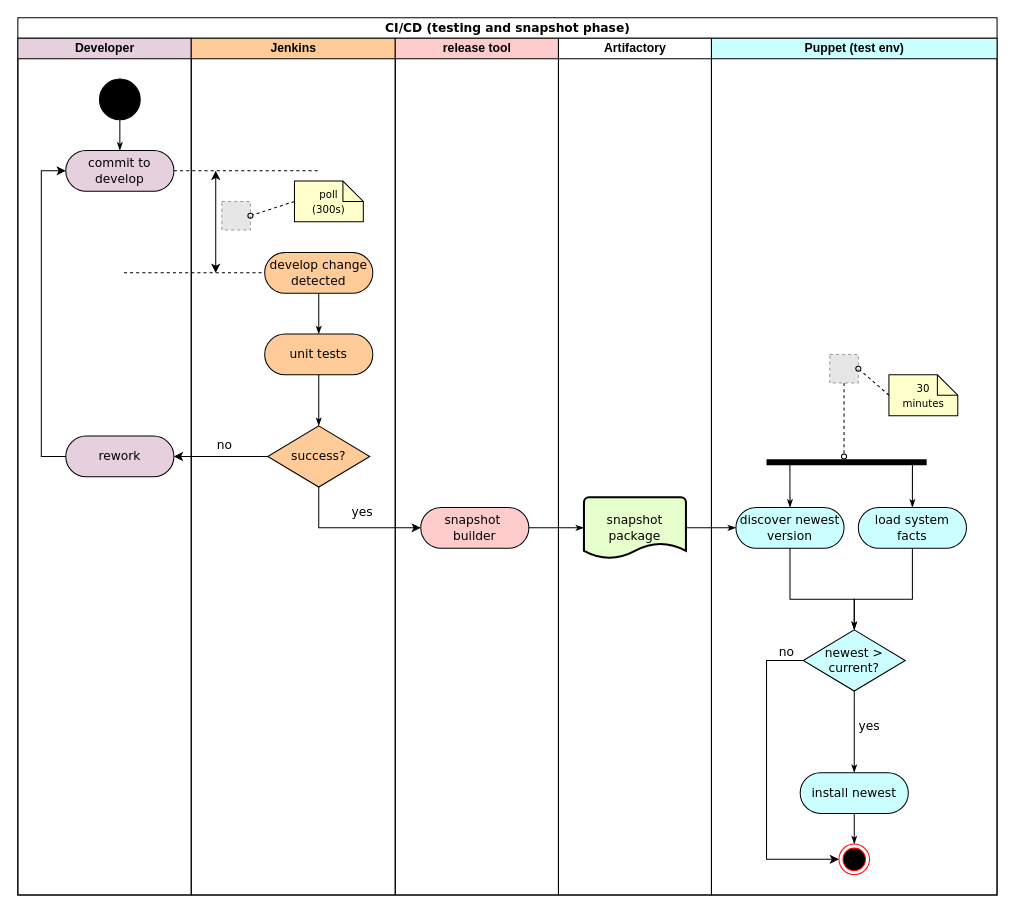
The draw.io diagram page "snapshot ci/cd" (2 of 3) of ci-cd.drawio in erik-geant/misc-diagrams, before the edit. Source tidied: cells renumbered, new cells numbered last; positions are measured from the earlier drawing's top-left corner, leaving out a move shared by most shapes. Both pictures are drawn from the tidied source at 102%, with x=0, y=0 at pixel (17, 17). Pictures stored in the file or linked from it are replaced by grey dashed boxes.
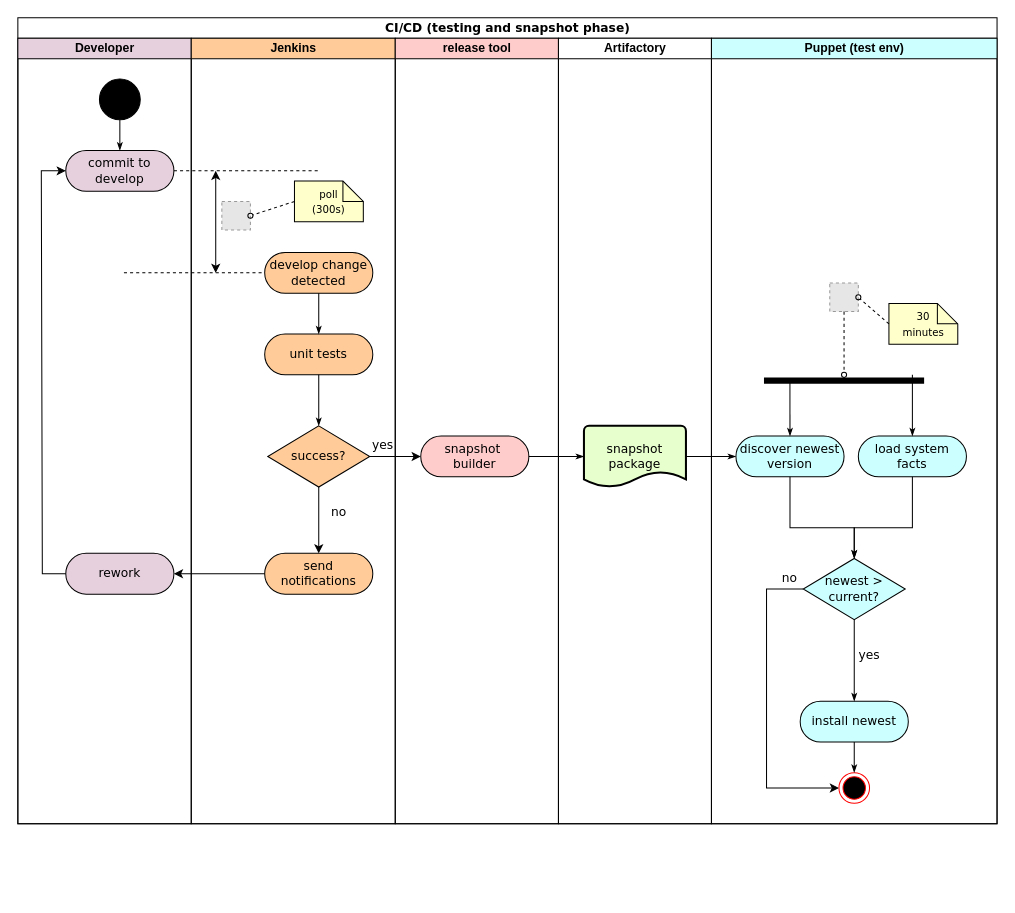
The same diagram, later.

The change refers to these unchanged cells:
```xml
<mxCell id="7" value="commit to develop" style="rounded=1;whiteSpace=wrap;html=1;shadow=0;comic=0;labelBackgroundColor=none;strokeWidth=1;fontFamily=Verdana;fontSize=12;align=center;arcSize=50;fillColor=#E6D0DE;" parent="3" vertex="1">
  <mxGeometry x="47" y="110" width="106" height="40" as="geometry" />
</mxCell>
<mxCell id="19" value="&lt;font style=&quot;font-size: 12px&quot; face=&quot;Verdana&quot;&gt;success?&lt;/font&gt;" style="strokeWidth=1;html=1;shape=mxgraph.flowchart.decision;whiteSpace=wrap;fontSize=10;fillColor=#FFCC99;" parent="12" vertex="1">
  <mxGeometry x="75" y="380" width="100" height="60" as="geometry" />
</mxCell>
```

The edit, as a diff of the source:
```diff
@@
     <mxCell id="2" value="CI/CD (testing and snapshot phase)" style="swimlane;html=1;startSize=20;rounded=0;shadow=0;comic=0;labelBackgroundColor=none;strokeWidth=1;fontFamily=Verdana;fontSize=12;align=center;" parent="1" vertex="1">
-      <mxGeometry width="960" height="860" as="geometry" />
+      <mxGeometry width="960" height="790" as="geometry" />
     </mxCell>
     <mxCell id="3" value="Developer" style="swimlane;html=1;startSize=20;fillColor=#E6D0DE;" parent="2" vertex="1">
-      <mxGeometry y="20" width="170" height="840" as="geometry" />
+      <mxGeometry y="20" width="170" height="770" as="geometry" />
     </mxCell>
@@
     <mxCell id="10" value="rework" style="rounded=1;whiteSpace=wrap;html=1;shadow=0;comic=0;labelBackgroundColor=none;strokeWidth=1;fontFamily=Verdana;fontSize=12;align=center;arcSize=50;fillColor=#E6D0DE;" parent="3" vertex="1">
-      <mxGeometry x="47" y="390" width="106" height="40" as="geometry" />
+      <mxGeometry x="47" y="505" width="106" height="40" as="geometry" />
     </mxCell>
     <mxCell id="11" style="endArrow=classic;html=1;rounded=0;fontFamily=Verdana;fontSize=12;exitX=0;exitY=0.5;exitDx=0;exitDy=0;entryX=0;entryY=0.5;entryDx=0;entryDy=0;" parent="3" edge="1" source="10" target="7">
       <mxGeometry relative="1" as="geometry">
         <Array as="points">
-          <mxPoint x="23" y="410" />
+          <mxPoint x="24" y="525" />
           <mxPoint x="23" y="130" />
         </Array>
       </mxGeometry>
     </mxCell>
     <mxCell id="12" value="Jenkins" style="swimlane;html=1;startSize=20;fillColor=#FFCC99;" parent="2" vertex="1">
-      <mxGeometry x="170" y="20" width="200" height="840" as="geometry" />
+      <mxGeometry x="170" y="20" width="200" height="770" as="geometry" />
     </mxCell>
@@
     <mxCell id="20" value="no" style="text;html=1;strokeColor=none;fillColor=none;align=center;verticalAlign=middle;whiteSpace=wrap;rounded=0;fontFamily=Verdana;fontSize=12;" parent="12" vertex="1">
-      <mxGeometry x="3" y="384" width="60" height="30" as="geometry" />
+      <mxGeometry x="115" y="450" width="60" height="30" as="geometry" />
     </mxCell>
@@
     <mxCell id="22" value="yes" style="text;html=1;strokeColor=none;fillColor=none;align=center;verticalAlign=middle;whiteSpace=wrap;rounded=0;fontFamily=Verdana;fontSize=12;" parent="12" vertex="1">
-      <mxGeometry x="138" y="450" width="60" height="30" as="geometry" />
+      <mxGeometry x="158" y="384" width="60" height="30" as="geometry" />
     </mxCell>
+    <mxCell id="58" value="send notifications" style="rounded=1;whiteSpace=wrap;html=1;shadow=0;comic=0;labelBackgroundColor=none;strokeWidth=1;fontFamily=Verdana;fontSize=12;align=center;arcSize=50;fillColor=#FFCC99;" parent="12" vertex="1">
+      <mxGeometry x="72" y="505" width="106" height="40" as="geometry" />
+    </mxCell>
+    <mxCell id="32" style="endArrow=classic;html=1;rounded=0;fontFamily=Verdana;fontSize=12;entryX=0.5;entryY=0;entryDx=0;entryDy=0;exitX=0.5;exitY=1;exitDx=0;exitDy=0;exitPerimeter=0;" parent="12" edge="1" source="19" target="58">
+      <mxGeometry relative="1" as="geometry" />
+    </mxCell>
     <mxCell id="23" value="release tool" style="swimlane;html=1;startSize=20;fillColor=#FFCCCC;" parent="2" vertex="1">
-      <mxGeometry x="370" y="20" width="160" height="840" as="geometry" />
+      <mxGeometry x="370" y="20" width="160" height="770" as="geometry" />
     </mxCell>
@@
     <mxCell id="28" value="snapshot&amp;nbsp; builder" style="rounded=1;whiteSpace=wrap;html=1;shadow=0;comic=0;labelBackgroundColor=none;strokeWidth=1;fontFamily=Verdana;fontSize=12;align=center;arcSize=50;fillColor=#FFCCCC;" parent="23" vertex="1">
-      <mxGeometry x="25" y="460" width="106" height="40" as="geometry" />
+      <mxGeometry x="25" y="390" width="106" height="40" as="geometry" />
     </mxCell>
     <mxCell id="29" value="Artifactory" style="swimlane;html=1;startSize=20;" parent="2" vertex="1">
-      <mxGeometry x="530" y="20" width="150" height="840" as="geometry" />
+      <mxGeometry x="530" y="20" width="150" height="770" as="geometry" />
     </mxCell>
     <mxCell id="30" value="snapshot package" style="strokeWidth=2;html=1;shape=mxgraph.flowchart.document2;whiteSpace=wrap;size=0.25;fontFamily=Verdana;fontSize=12;fillColor=#E6FFCC;" parent="29" vertex="1">
-      <mxGeometry x="25" y="450" width="100" height="60" as="geometry" />
+      <mxGeometry x="25" y="380" width="100" height="60" as="geometry" />
     </mxCell>
@@
-    <mxCell id="32" style="endArrow=classic;html=1;rounded=0;fontFamily=Verdana;fontSize=12;entryX=1;entryY=0.5;entryDx=0;entryDy=0;exitX=0;exitY=0.5;exitDx=0;exitDy=0;exitPerimeter=0;" parent="2" edge="1" source="19" target="10">
-      <mxGeometry relative="1" as="geometry" />
-    </mxCell>
-    <mxCell id="33" style="endArrow=classic;html=1;rounded=0;fontFamily=Verdana;fontSize=12;exitX=0.5;exitY=1;exitDx=0;exitDy=0;exitPerimeter=0;entryX=0;entryY=0.5;entryDx=0;entryDy=0;" parent="2" edge="1" source="19" target="28">
-      <mxGeometry relative="1" as="geometry">
-        <Array as="points">
-          <mxPoint x="295" y="500" />
-        </Array>
-      </mxGeometry>
+    <mxCell id="33" style="endArrow=classic;html=1;rounded=0;fontFamily=Verdana;fontSize=12;exitX=1;exitY=0.5;exitDx=0;exitDy=0;exitPerimeter=0;entryX=0;entryY=0.5;entryDx=0;entryDy=0;" parent="2" edge="1" source="19" target="28">
+      <mxGeometry relative="1" as="geometry" />
     </mxCell>
@@
     <mxCell id="35" value="Puppet (test env)" style="swimlane;html=1;startSize=20;fillColor=#CCFFFF;" parent="2" vertex="1">
-      <mxGeometry x="680" y="20" width="280" height="840" as="geometry" />
+      <mxGeometry x="680" y="20" width="280" height="770" as="geometry" />
     </mxCell>
     <mxCell id="36" style="fillColor=#E6E6E6;strokeColor=#999999;dashed=1;html=1;verticalAlign=top;verticalLabelPosition=bottom;labelBackgroundColor=#ffffff;" parent="35" vertex="1">
-      <mxGeometry x="116" y="310" width="28" height="28" as="geometry" />
+      <mxGeometry x="116" y="240" width="28" height="28" as="geometry" />
     </mxCell>
     <mxCell id="37" value="load system facts" style="rounded=1;whiteSpace=wrap;html=1;shadow=0;comic=0;labelBackgroundColor=none;strokeWidth=1;fontFamily=Verdana;fontSize=12;align=center;arcSize=50;fillColor=#CCFFFF;" parent="35" vertex="1">
-      <mxGeometry x="144" y="460" width="106" height="40" as="geometry" />
+      <mxGeometry x="144" y="390" width="106" height="40" as="geometry" />
     </mxCell>
     <mxCell id="38" value="discover newest version" style="rounded=1;whiteSpace=wrap;html=1;shadow=0;comic=0;labelBackgroundColor=none;strokeWidth=1;fontFamily=Verdana;fontSize=12;align=center;arcSize=50;fillColor=#CCFFFF;" parent="35" vertex="1">
-      <mxGeometry x="24" y="460" width="106" height="40" as="geometry" />
+      <mxGeometry x="24" y="390" width="106" height="40" as="geometry" />
     </mxCell>
     <mxCell id="39" style="line;strokeWidth=6;fillColor=none;align=left;verticalAlign=middle;spacingTop=-1;spacingLeft=3;spacingRight=3;labelPosition=right;points=[];portConstraint=eastwest;fontFamily=Verdana;fontSize=12;" parent="35" vertex="1">
-      <mxGeometry x="54" y="400" width="157" height="31.4" as="geometry" />
+      <mxGeometry x="51.5" y="320" width="157" height="31.4" as="geometry" />
     </mxCell>
-    <mxCell id="40" style="edgeStyle=none;rounded=0;html=1;labelBackgroundColor=none;startArrow=none;startFill=0;startSize=5;endArrow=classicThin;endFill=1;endSize=5;jettySize=auto;strokeWidth=1;fontFamily=Verdana;fontSize=12;entryX=0.5;entryY=0;entryDx=0;entryDy=0;exitX=0.146;exitY=0.557;exitDx=0;exitDy=0;exitPerimeter=0;" parent="35" edge="1" source="39" target="38">
+    <mxCell id="40" style="edgeStyle=none;rounded=0;html=1;labelBackgroundColor=none;startArrow=none;startFill=0;startSize=5;endArrow=classicThin;endFill=1;endSize=5;jettySize=auto;strokeWidth=1;fontFamily=Verdana;fontSize=12;entryX=0.5;entryY=0;entryDx=0;entryDy=0;exitX=0.162;exitY=0.494;exitDx=0;exitDy=0;exitPerimeter=0;" parent="35" edge="1" source="39" target="38">
       <mxGeometry relative="1" as="geometry" />
     </mxCell>
-    <mxCell id="41" style="edgeStyle=none;rounded=0;html=1;labelBackgroundColor=none;startArrow=none;startFill=0;startSize=5;endArrow=classicThin;endFill=1;endSize=5;jettySize=auto;strokeWidth=1;fontFamily=Verdana;fontSize=12;entryX=0.5;entryY=0;entryDx=0;entryDy=0;exitX=0.911;exitY=0.525;exitDx=0;exitDy=0;exitPerimeter=0;" parent="35" edge="1" source="39" target="37">
-      <mxGeometry relative="1" as="geometry" />
+    <mxCell id="41" style="edgeStyle=none;rounded=0;html=1;labelBackgroundColor=none;startArrow=none;startFill=0;startSize=5;endArrow=classicThin;endFill=1;endSize=5;jettySize=auto;strokeWidth=1;fontFamily=Verdana;fontSize=12;entryX=0.5;entryY=0;entryDx=0;entryDy=0;" parent="35" edge="1" target="37">
+      <mxGeometry relative="1" as="geometry">
+        <mxPoint x="197" y="330" as="sourcePoint" />
+      </mxGeometry>
     </mxCell>
     <mxCell id="42" style="edgeStyle=none;rounded=0;html=1;labelBackgroundColor=none;startArrow=none;startFill=0;startSize=5;endArrow=oval;endFill=0;endSize=5;jettySize=auto;strokeWidth=1;fontFamily=Verdana;fontSize=12;dashed=1;exitX=0.5;exitY=1;exitDx=0;exitDy=0;" parent="35" edge="1" source="36">
       <mxGeometry relative="1" as="geometry">
-        <mxPoint x="130" y="410" as="targetPoint" />
+        <mxPoint x="130" y="330" as="targetPoint" />
       </mxGeometry>
     </mxCell>
     <mxCell id="43" value="&lt;font style=&quot;font-size: 10px&quot;&gt;30&lt;br&gt;minutes&lt;/font&gt;" style="shape=note;whiteSpace=wrap;html=1;rounded=0;shadow=0;comic=0;labelBackgroundColor=none;strokeWidth=1;fontFamily=Verdana;fontSize=12;align=center;size=20;fillColor=#FFFFCC;" parent="35" vertex="1">
-      <mxGeometry x="174" y="330" width="67.5" height="40" as="geometry" />
+      <mxGeometry x="174" y="260" width="67.5" height="40" as="geometry" />
     </mxCell>
@@
     <mxCell id="45" value="&lt;font style=&quot;font-size: 12px&quot; face=&quot;Verdana&quot;&gt;newest &amp;gt; current?&lt;/font&gt;" style="strokeWidth=1;html=1;shape=mxgraph.flowchart.decision;whiteSpace=wrap;fontSize=10;fillColor=#CCFFFF;" parent="35" vertex="1">
-      <mxGeometry x="90" y="580" width="100" height="60" as="geometry" />
+      <mxGeometry x="90" y="510" width="100" height="60" as="geometry" />
     </mxCell>
     <mxCell id="46" style="edgeStyle=none;rounded=0;html=1;labelBackgroundColor=none;startArrow=none;startFill=0;startSize=5;endArrow=classicThin;endFill=1;endSize=5;jettySize=auto;strokeWidth=1;fontFamily=Verdana;fontSize=12;entryX=0.5;entryY=0;entryDx=0;entryDy=0;exitX=0.5;exitY=1;exitDx=0;exitDy=0;entryPerimeter=0;" parent="35" edge="1" source="38" target="45">
       <mxGeometry relative="1" as="geometry">
         <Array as="points">
-          <mxPoint x="77" y="550" />
-          <mxPoint x="140" y="550" />
+          <mxPoint x="77" y="480" />
+          <mxPoint x="140" y="480" />
         </Array>
       </mxGeometry>
     </mxCell>
     <mxCell id="47" style="edgeStyle=none;rounded=0;html=1;labelBackgroundColor=none;startArrow=none;startFill=0;startSize=5;endArrow=classicThin;endFill=1;endSize=5;jettySize=auto;strokeWidth=1;fontFamily=Verdana;fontSize=12;entryX=0.5;entryY=0;entryDx=0;entryDy=0;exitX=0.5;exitY=1;exitDx=0;exitDy=0;entryPerimeter=0;" parent="35" edge="1" source="37" target="45">
       <mxGeometry relative="1" as="geometry">
         <Array as="points">
-          <mxPoint x="197" y="550" />
-          <mxPoint x="140" y="550" />
+          <mxPoint x="197" y="480" />
+          <mxPoint x="140" y="480" />
         </Array>
       </mxGeometry>
     </mxCell>
     <mxCell id="48" style="endArrow=classic;html=1;rounded=0;fontFamily=Verdana;fontSize=12;entryX=0;entryY=0.5;entryDx=0;entryDy=0;exitX=0;exitY=0.5;exitDx=0;exitDy=0;exitPerimeter=0;" parent="35" edge="1" source="45" target="49">
       <mxGeometry relative="1" as="geometry">
         <Array as="points">
-          <mxPoint x="54" y="610" />
-          <mxPoint x="54" y="805" />
+          <mxPoint x="54" y="540" />
+          <mxPoint x="54" y="735" />
         </Array>
       </mxGeometry>
     </mxCell>
     <mxCell id="49" style="ellipse;html=1;shape=endState;fillColor=#000000;strokeColor=#ff0000;fontFamily=Verdana;fontSize=10;" parent="35" vertex="1">
-      <mxGeometry x="125" y="790" width="30" height="30" as="geometry" />
+      <mxGeometry x="125" y="720" width="30" height="30" as="geometry" />
     </mxCell>
     <mxCell id="50" value="no" style="text;html=1;strokeColor=none;fillColor=none;align=center;verticalAlign=middle;whiteSpace=wrap;rounded=0;fontFamily=Verdana;fontSize=12;" parent="35" vertex="1">
-      <mxGeometry x="44" y="587" width="60" height="30" as="geometry" />
+      <mxGeometry x="47" y="515" width="60" height="30" as="geometry" />
     </mxCell>
     <mxCell id="51" value="install newest" style="rounded=1;whiteSpace=wrap;html=1;shadow=0;comic=0;labelBackgroundColor=none;strokeWidth=1;fontFamily=Verdana;fontSize=12;align=center;arcSize=50;fillColor=#CCFFFF;" parent="35" vertex="1">
-      <mxGeometry x="87" y="720" width="106" height="40" as="geometry" />
+      <mxGeometry x="87" y="650" width="106" height="40" as="geometry" />
     </mxCell>
@@
     <mxCell id="54" value="yes" style="text;html=1;strokeColor=none;fillColor=none;align=center;verticalAlign=middle;whiteSpace=wrap;rounded=0;fontFamily=Verdana;fontSize=12;" parent="35" vertex="1">
-      <mxGeometry x="125" y="660" width="60" height="30" as="geometry" />
+      <mxGeometry x="125" y="590" width="60" height="30" as="geometry" />
     </mxCell>
@@
+    <mxCell id="59" style="endArrow=classic;html=1;rounded=0;fontFamily=Verdana;fontSize=12;entryX=1;entryY=0.5;entryDx=0;entryDy=0;exitX=0;exitY=0.5;exitDx=0;exitDy=0;" parent="2" edge="1" source="58" target="10">
+      <mxGeometry relative="1" as="geometry" />
+    </mxCell>
```
